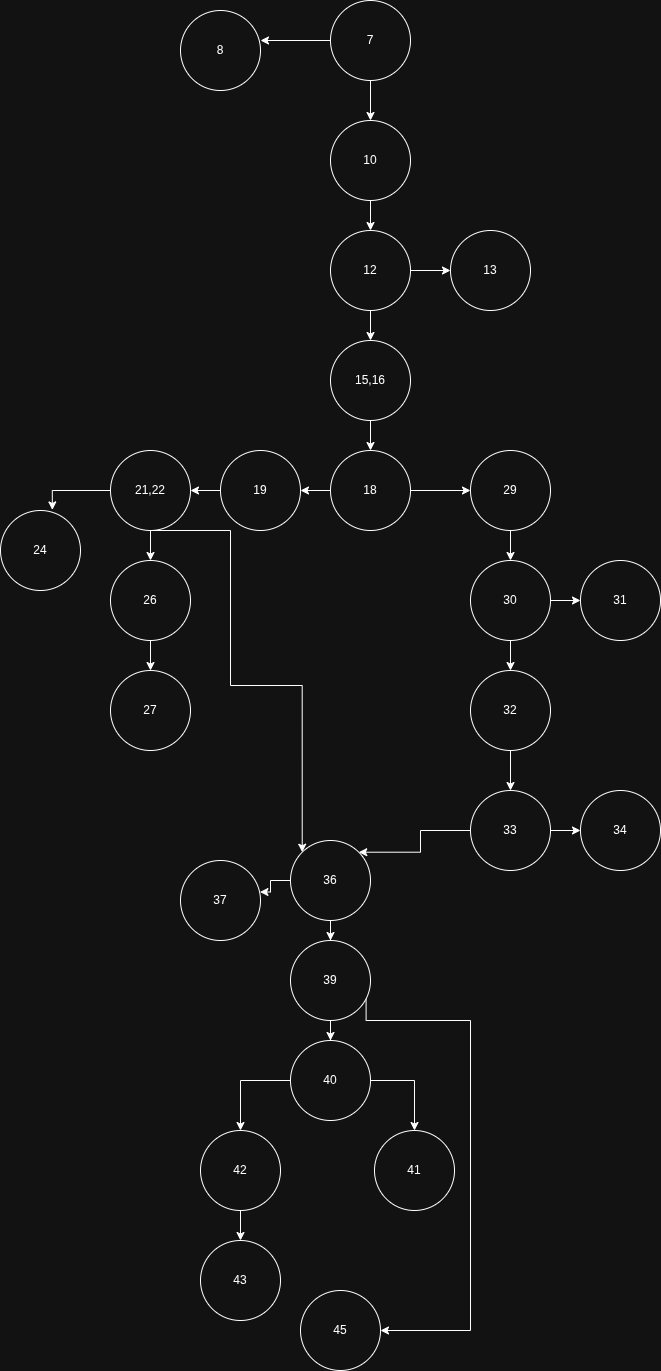
Before: diagrams/cfg.drawio.png, a diagram exported from draw.io (dvmizew/python-tss). Source tidied: cells renumbered, new cells last; positions are measured from the earlier drawing's top-left corner, leaving out a move shared by most shapes. The source it was exported from:
```xml
<mxGraphModel>
  <root>
    <mxCell id="0" />
    <mxCell id="1" parent="0" />
    <mxCell id="2" style="edgeStyle=orthogonalEdgeStyle;rounded=0;jettySize=auto;html=1;" parent="1" edge="1" source="3" target="7">
      <mxGeometry relative="1" as="geometry" />
    </mxCell>
    <mxCell id="3" value="7" style="ellipse;whiteSpace=wrap;html=1;" parent="1" vertex="1">
      <mxGeometry x="330" width="80" height="80" as="geometry" />
    </mxCell>
    <mxCell id="4" value="8" style="ellipse;whiteSpace=wrap;html=1;" parent="1" vertex="1">
      <mxGeometry x="180" y="10" width="80" height="80" as="geometry" />
    </mxCell>
    <mxCell id="5" style="edgeStyle=orthogonalEdgeStyle;rounded=0;jettySize=auto;html=1;entryX=1;entryY=0.375;entryDx=0;entryDy=0;entryPerimeter=0;" parent="1" edge="1" source="3" target="4">
      <mxGeometry relative="1" as="geometry" />
    </mxCell>
    <mxCell id="6" style="edgeStyle=orthogonalEdgeStyle;rounded=0;jettySize=auto;html=1;entryX=0.5;entryY=0;entryDx=0;entryDy=0;" parent="1" edge="1" source="7" target="10">
      <mxGeometry relative="1" as="geometry" />
    </mxCell>
    <mxCell id="7" value="10" style="ellipse;whiteSpace=wrap;html=1;" parent="1" vertex="1">
      <mxGeometry x="330" y="120" width="80" height="80" as="geometry" />
    </mxCell>
    <mxCell id="8" style="edgeStyle=orthogonalEdgeStyle;rounded=0;jettySize=auto;html=1;entryX=0;entryY=0.5;entryDx=0;entryDy=0;" parent="1" edge="1" source="10" target="11">
      <mxGeometry relative="1" as="geometry" />
    </mxCell>
    <mxCell id="9" style="edgeStyle=orthogonalEdgeStyle;rounded=0;jettySize=auto;html=1;entryX=0.5;entryY=0;entryDx=0;entryDy=0;" parent="1" edge="1" source="10" target="13">
      <mxGeometry relative="1" as="geometry" />
    </mxCell>
    <mxCell id="10" value="12" style="ellipse;whiteSpace=wrap;html=1;" parent="1" vertex="1">
      <mxGeometry x="330" y="230" width="80" height="80" as="geometry" />
    </mxCell>
    <mxCell id="11" value="13" style="ellipse;whiteSpace=wrap;html=1;" parent="1" vertex="1">
      <mxGeometry x="450" y="230" width="80" height="80" as="geometry" />
    </mxCell>
    <mxCell id="12" style="edgeStyle=orthogonalEdgeStyle;rounded=0;jettySize=auto;html=1;entryX=0.5;entryY=0;entryDx=0;entryDy=0;" parent="1" edge="1" source="13" target="16">
      <mxGeometry relative="1" as="geometry" />
    </mxCell>
    <mxCell id="13" value="15,16" style="ellipse;whiteSpace=wrap;html=1;" parent="1" vertex="1">
      <mxGeometry x="330" y="340" width="80" height="80" as="geometry" />
    </mxCell>
    <mxCell id="14" style="edgeStyle=orthogonalEdgeStyle;rounded=0;jettySize=auto;html=1;" parent="1" edge="1" source="16" target="18">
      <mxGeometry relative="1" as="geometry" />
    </mxCell>
    <mxCell id="15" style="edgeStyle=orthogonalEdgeStyle;rounded=0;jettySize=auto;html=1;entryX=0;entryY=0.5;entryDx=0;entryDy=0;" parent="1" edge="1" source="16" target="28">
      <mxGeometry relative="1" as="geometry" />
    </mxCell>
    <mxCell id="16" value="18" style="ellipse;whiteSpace=wrap;html=1;" parent="1" vertex="1">
      <mxGeometry x="330" y="450" width="80" height="80" as="geometry" />
    </mxCell>
    <mxCell id="17" style="edgeStyle=orthogonalEdgeStyle;rounded=0;jettySize=auto;html=1;entryX=1;entryY=0.5;entryDx=0;entryDy=0;" parent="1" edge="1" source="18" target="20">
      <mxGeometry relative="1" as="geometry" />
    </mxCell>
    <mxCell id="18" value="19" style="ellipse;whiteSpace=wrap;html=1;" parent="1" vertex="1">
      <mxGeometry x="220" y="450" width="80" height="80" as="geometry" />
    </mxCell>
    <mxCell id="19" style="edgeStyle=orthogonalEdgeStyle;rounded=0;jettySize=auto;html=1;entryX=0.5;entryY=0;entryDx=0;entryDy=0;" parent="1" edge="1" source="20" target="25">
      <mxGeometry relative="1" as="geometry" />
    </mxCell>
    <mxCell id="20" value="21,22" style="ellipse;whiteSpace=wrap;html=1;" parent="1" vertex="1">
      <mxGeometry x="110" y="450" width="80" height="80" as="geometry" />
    </mxCell>
    <mxCell id="21" value="24" style="ellipse;whiteSpace=wrap;html=1;" parent="1" vertex="1">
      <mxGeometry y="510" width="80" height="80" as="geometry" />
    </mxCell>
    <mxCell id="22" style="edgeStyle=orthogonalEdgeStyle;rounded=0;jettySize=auto;html=1;entryX=0.648;entryY=-0.007;entryDx=0;entryDy=0;entryPerimeter=0;" parent="1" edge="1" source="20" target="21">
      <mxGeometry relative="1" as="geometry" />
    </mxCell>
    <mxCell id="23" style="edgeStyle=orthogonalEdgeStyle;rounded=0;jettySize=auto;html=1;entryX=0.5;entryY=0;entryDx=0;entryDy=0;" parent="1" edge="1" source="25" target="26">
      <mxGeometry relative="1" as="geometry" />
    </mxCell>
    <mxCell id="24" style="edgeStyle=orthogonalEdgeStyle;rounded=0;jettySize=auto;html=1;entryX=0;entryY=0;entryDx=0;entryDy=0;exitX=0.5;exitY=1;exitDx=0;exitDy=0;" parent="1" edge="1" source="20" target="40">
      <mxGeometry relative="1" as="geometry">
        <Array as="points">
          <mxPoint x="230" y="530" />
          <mxPoint x="230" y="685" />
          <mxPoint x="302" y="685" />
        </Array>
      </mxGeometry>
    </mxCell>
    <mxCell id="25" value="26" style="ellipse;whiteSpace=wrap;html=1;" parent="1" vertex="1">
      <mxGeometry x="110" y="560" width="80" height="80" as="geometry" />
    </mxCell>
    <mxCell id="26" value="27" style="ellipse;whiteSpace=wrap;html=1;" parent="1" vertex="1">
      <mxGeometry x="110" y="670" width="80" height="80" as="geometry" />
    </mxCell>
    <mxCell id="27" style="edgeStyle=orthogonalEdgeStyle;rounded=0;jettySize=auto;html=1;" parent="1" edge="1" source="28" target="31">
      <mxGeometry relative="1" as="geometry" />
    </mxCell>
    <mxCell id="28" value="29" style="ellipse;whiteSpace=wrap;html=1;" parent="1" vertex="1">
      <mxGeometry x="470" y="450" width="80" height="80" as="geometry" />
    </mxCell>
    <mxCell id="29" style="edgeStyle=orthogonalEdgeStyle;rounded=0;jettySize=auto;html=1;entryX=0;entryY=0.5;entryDx=0;entryDy=0;" parent="1" edge="1" source="31" target="32">
      <mxGeometry relative="1" as="geometry" />
    </mxCell>
    <mxCell id="30" style="edgeStyle=orthogonalEdgeStyle;rounded=0;jettySize=auto;html=1;" parent="1" edge="1" source="31" target="34">
      <mxGeometry relative="1" as="geometry" />
    </mxCell>
    <mxCell id="31" value="30" style="ellipse;whiteSpace=wrap;html=1;" parent="1" vertex="1">
      <mxGeometry x="470" y="560" width="80" height="80" as="geometry" />
    </mxCell>
    <mxCell id="32" value="31" style="ellipse;whiteSpace=wrap;html=1;" parent="1" vertex="1">
      <mxGeometry x="580" y="560" width="80" height="80" as="geometry" />
    </mxCell>
    <mxCell id="33" style="edgeStyle=orthogonalEdgeStyle;rounded=0;jettySize=auto;html=1;entryX=0.5;entryY=0;entryDx=0;entryDy=0;" parent="1" edge="1" source="34" target="37">
      <mxGeometry relative="1" as="geometry" />
    </mxCell>
    <mxCell id="34" value="32" style="ellipse;whiteSpace=wrap;html=1;" parent="1" vertex="1">
      <mxGeometry x="470" y="670" width="80" height="80" as="geometry" />
    </mxCell>
    <mxCell id="35" style="edgeStyle=orthogonalEdgeStyle;rounded=0;jettySize=auto;html=1;" parent="1" edge="1" source="37" target="38">
      <mxGeometry relative="1" as="geometry" />
    </mxCell>
    <mxCell id="36" style="edgeStyle=orthogonalEdgeStyle;rounded=0;jettySize=auto;html=1;entryX=1;entryY=0;entryDx=0;entryDy=0;" parent="1" edge="1" source="37" target="40">
      <mxGeometry relative="1" as="geometry" />
    </mxCell>
    <mxCell id="37" value="33" style="ellipse;whiteSpace=wrap;html=1;" parent="1" vertex="1">
      <mxGeometry x="470" y="790" width="80" height="80" as="geometry" />
    </mxCell>
    <mxCell id="38" value="34" style="ellipse;whiteSpace=wrap;html=1;" parent="1" vertex="1">
      <mxGeometry x="580" y="790" width="80" height="80" as="geometry" />
    </mxCell>
    <mxCell id="39" style="edgeStyle=orthogonalEdgeStyle;rounded=0;jettySize=auto;html=1;" parent="1" edge="1" source="40" target="45">
      <mxGeometry relative="1" as="geometry" />
    </mxCell>
    <mxCell id="40" value="36" style="ellipse;whiteSpace=wrap;html=1;" parent="1" vertex="1">
      <mxGeometry x="290" y="840" width="80" height="80" as="geometry" />
    </mxCell>
    <mxCell id="41" value="37" style="ellipse;whiteSpace=wrap;html=1;" parent="1" vertex="1">
      <mxGeometry x="180" y="860" width="80" height="80" as="geometry" />
    </mxCell>
    <mxCell id="42" style="edgeStyle=orthogonalEdgeStyle;rounded=0;jettySize=auto;html=1;entryX=0.993;entryY=0.394;entryDx=0;entryDy=0;entryPerimeter=0;" parent="1" edge="1" source="40" target="41">
      <mxGeometry relative="1" as="geometry" />
    </mxCell>
    <mxCell id="43" style="edgeStyle=orthogonalEdgeStyle;rounded=0;jettySize=auto;html=1;entryX=0.5;entryY=0;entryDx=0;entryDy=0;" parent="1" edge="1" source="45" target="48">
      <mxGeometry relative="1" as="geometry" />
    </mxCell>
    <mxCell id="44" style="edgeStyle=orthogonalEdgeStyle;rounded=0;jettySize=auto;html=1;entryX=1;entryY=0.5;entryDx=0;entryDy=0;exitX=0.945;exitY=0.706;exitDx=0;exitDy=0;exitPerimeter=0;" parent="1" edge="1" source="45" target="53">
      <mxGeometry relative="1" as="geometry">
        <Array as="points">
          <mxPoint x="366" y="1020" />
          <mxPoint x="470" y="1020" />
          <mxPoint x="470" y="1330" />
        </Array>
      </mxGeometry>
    </mxCell>
    <mxCell id="45" value="39" style="ellipse;whiteSpace=wrap;html=1;" parent="1" vertex="1">
      <mxGeometry x="290" y="940" width="80" height="80" as="geometry" />
    </mxCell>
    <mxCell id="46" style="edgeStyle=orthogonalEdgeStyle;rounded=0;jettySize=auto;html=1;entryX=0.5;entryY=0;entryDx=0;entryDy=0;" parent="1" edge="1" source="48" target="49">
      <mxGeometry relative="1" as="geometry" />
    </mxCell>
    <mxCell id="47" style="edgeStyle=orthogonalEdgeStyle;rounded=0;jettySize=auto;html=1;entryX=0.5;entryY=0;entryDx=0;entryDy=0;" parent="1" edge="1" source="48" target="51">
      <mxGeometry relative="1" as="geometry" />
    </mxCell>
    <mxCell id="48" value="40" style="ellipse;whiteSpace=wrap;html=1;" parent="1" vertex="1">
      <mxGeometry x="290" y="1040" width="80" height="80" as="geometry" />
    </mxCell>
    <mxCell id="49" value="41" style="ellipse;whiteSpace=wrap;html=1;" parent="1" vertex="1">
      <mxGeometry x="374" y="1130" width="80" height="80" as="geometry" />
    </mxCell>
    <mxCell id="50" style="edgeStyle=orthogonalEdgeStyle;rounded=0;jettySize=auto;html=1;entryX=0.5;entryY=0;entryDx=0;entryDy=0;" parent="1" edge="1" source="51" target="52">
      <mxGeometry relative="1" as="geometry" />
    </mxCell>
    <mxCell id="51" value="42" style="ellipse;whiteSpace=wrap;html=1;" parent="1" vertex="1">
      <mxGeometry x="200" y="1130" width="80" height="80" as="geometry" />
    </mxCell>
    <mxCell id="52" value="43" style="ellipse;whiteSpace=wrap;html=1;" parent="1" vertex="1">
      <mxGeometry x="200" y="1240" width="80" height="80" as="geometry" />
    </mxCell>
    <mxCell id="53" value="45" style="ellipse;whiteSpace=wrap;html=1;" parent="1" vertex="1">
      <mxGeometry x="300" y="1290" width="80" height="80" as="geometry" />
    </mxCell>
  </root>
</mxGraphModel>
```
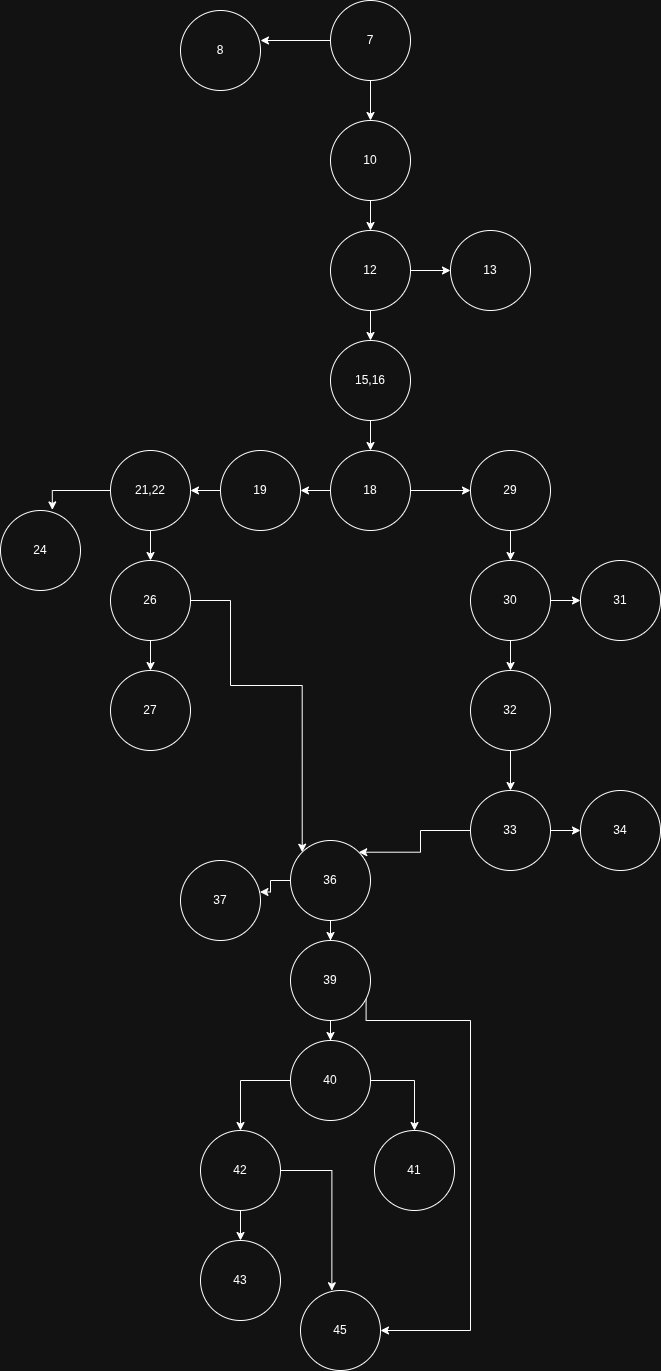
Later version of the same file.

What changed in the source:
```diff
@@ -68,10 +68,10 @@
     <mxCell id="23" style="edgeStyle=orthogonalEdgeStyle;rounded=0;jettySize=auto;html=1;entryX=0.5;entryY=0;entryDx=0;entryDy=0;" parent="1" edge="1" source="25" target="26">
       <mxGeometry relative="1" as="geometry" />
     </mxCell>
-    <mxCell id="24" style="edgeStyle=orthogonalEdgeStyle;rounded=0;jettySize=auto;html=1;entryX=0;entryY=0;entryDx=0;entryDy=0;exitX=0.5;exitY=1;exitDx=0;exitDy=0;" parent="1" edge="1" source="20" target="40">
+    <mxCell id="24" style="edgeStyle=orthogonalEdgeStyle;rounded=0;jettySize=auto;html=1;entryX=0;entryY=0;entryDx=0;entryDy=0;exitX=1;exitY=0.5;exitDx=0;exitDy=0;" parent="1" edge="1" source="25" target="40">
       <mxGeometry relative="1" as="geometry">
         <Array as="points">
-          <mxPoint x="230" y="530" />
+          <mxPoint x="230" y="600" />
           <mxPoint x="230" y="685" />
           <mxPoint x="302" y="685" />
         </Array>
@@ -170,5 +170,8 @@
     <mxCell id="53" value="45" style="ellipse;whiteSpace=wrap;html=1;" parent="1" vertex="1">
       <mxGeometry x="300" y="1290" width="80" height="80" as="geometry" />
     </mxCell>
+    <mxCell id="54" style="edgeStyle=orthogonalEdgeStyle;rounded=0;jettySize=auto;html=1;entryX=0.392;entryY=0.003;entryDx=0;entryDy=0;entryPerimeter=0;" parent="1" edge="1" source="51" target="53">
+      <mxGeometry relative="1" as="geometry" />
+    </mxCell>
   </root>
 </mxGraphModel>
```
